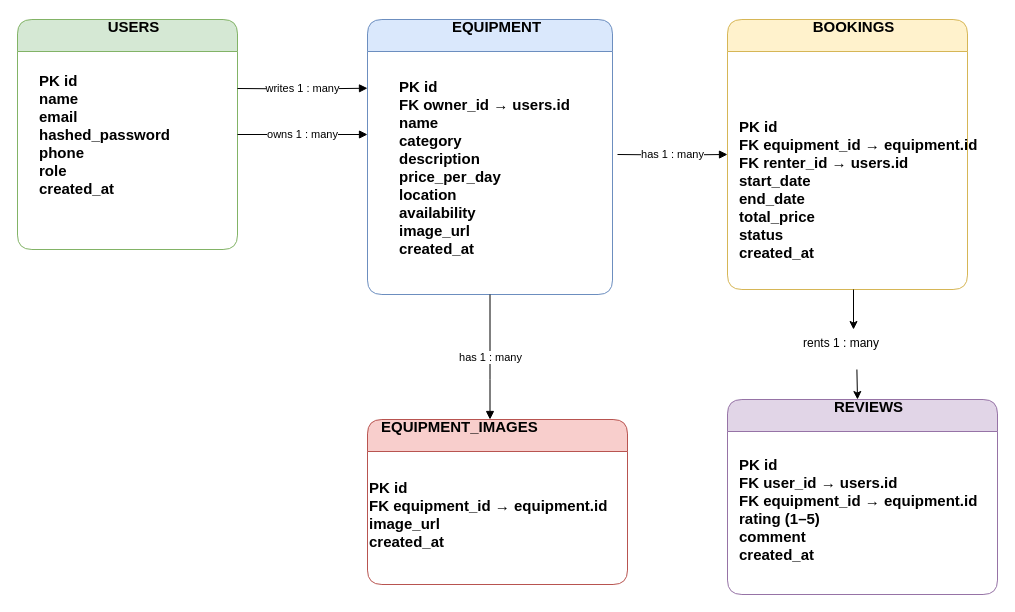
Before: docs/diagrams/ER_Diagram.drawio in harisshchathriya/agrirent-ai, a draw.io diagram. Source tidied: cells renumbered, new cells numbered last; positions are measured from the earlier drawing's top-left corner, leaving out a move shared by most shapes. Both pictures are drawn from the tidied source at 100%, with x=0, y=0 at pixel (17, 19).
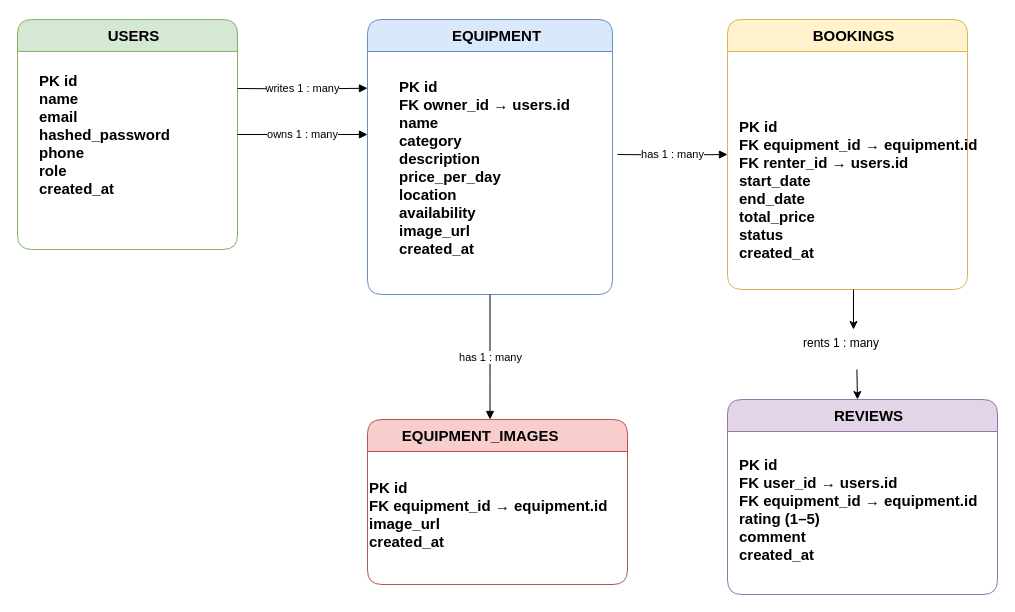
After the change.

Commit message:
Finalize AgriRent AI Review-I MVP

Diff of the diagram source:
```diff
@@
-    <mxCell id="2" value="&lt;b&gt;USERS&lt;/b&gt;&lt;br&gt;&lt;div&gt;&lt;br&gt;&lt;/div&gt;" style="swimlane;html=1;startSize=32;horizontal=1;rounded=1;fillColor=#d5e8d4;strokeColor=#82b366;fontSize=15;align=center;spacingLeft=12;" parent="1" vertex="1">
+    <mxCell id="2" value="&lt;b&gt;USERS&lt;/b&gt;" style="swimlane;html=1;startSize=32;horizontal=1;rounded=1;fillColor=#d5e8d4;strokeColor=#82b366;fontSize=15;align=center;spacingLeft=12;" parent="1" vertex="1">
       <mxGeometry width="220" height="230" as="geometry" />
     </mxCell>
@@
-    <mxCell id="4" value="&lt;b&gt;EQUIPMENT&lt;/b&gt;&lt;br&gt;&lt;div&gt;&lt;br&gt;&lt;/div&gt;" style="swimlane;html=1;startSize=32;horizontal=1;rounded=1;fillColor=#dae8fc;strokeColor=#6c8ebf;fontSize=15;align=center;spacingLeft=12;" parent="1" vertex="1">
+    <mxCell id="4" value="&lt;b&gt;EQUIPMENT&lt;/b&gt;" style="swimlane;html=1;startSize=32;horizontal=1;rounded=1;fillColor=#dae8fc;strokeColor=#6c8ebf;fontSize=15;align=center;spacingLeft=12;" parent="1" vertex="1">
       <mxGeometry x="350" width="245" height="275" as="geometry" />
     </mxCell>
@@
-    <mxCell id="6" value="&lt;b&gt;BOOKINGS&lt;/b&gt;&lt;br&gt;&lt;div&gt;&lt;br&gt;&lt;/div&gt;" style="swimlane;html=1;startSize=32;horizontal=1;rounded=1;fillColor=#fff2cc;strokeColor=#d6b656;fontSize=15;align=center;spacingLeft=12;" parent="1" vertex="1">
+    <mxCell id="6" value="&lt;b&gt;BOOKINGS&lt;/b&gt;" style="swimlane;html=1;startSize=32;horizontal=1;rounded=1;fillColor=#fff2cc;strokeColor=#d6b656;fontSize=15;align=center;spacingLeft=12;" parent="1" vertex="1">
       <mxGeometry x="710" width="240" height="270" as="geometry" />
     </mxCell>
@@
-    <mxCell id="8" value="&lt;div style=&quot;text-align: center;&quot;&gt;&lt;b style=&quot;background-color: transparent;&quot;&gt;EQUIPMENT_IMAGES&lt;/b&gt;&lt;/div&gt;&lt;div&gt;&lt;br/&gt;&lt;/div&gt;" style="swimlane;html=1;startSize=32;horizontal=1;rounded=1;fillColor=#f8cecc;strokeColor=#b85450;fontSize=15;align=left;spacingLeft=12;" parent="1" vertex="1">
+    <mxCell id="8" value="&lt;div style=&quot;text-align: center;&quot;&gt;&lt;b style=&quot;background-color: transparent;&quot;&gt;&amp;nbsp; &amp;nbsp; &amp;nbsp;EQUIPMENT_IMAGES&lt;/b&gt;&lt;/div&gt;" style="swimlane;html=1;startSize=32;horizontal=1;rounded=1;fillColor=#f8cecc;strokeColor=#b85450;fontSize=15;align=left;spacingLeft=12;" parent="1" vertex="1">
       <mxGeometry x="350" y="400" width="260" height="165" as="geometry" />
     </mxCell>
@@
-    <mxCell id="10" value="&lt;b&gt;REVIEWS&lt;/b&gt;&lt;div&gt;&lt;br/&gt;&lt;/div&gt;" style="swimlane;html=1;startSize=32;horizontal=1;rounded=1;fillColor=#e1d5e7;strokeColor=#9673a6;fontSize=15;align=center;spacingLeft=12;" parent="1" vertex="1">
+    <mxCell id="10" value="&lt;b&gt;REVIEWS&lt;/b&gt;" style="swimlane;html=1;startSize=32;horizontal=1;rounded=1;fillColor=#e1d5e7;strokeColor=#9673a6;fontSize=15;align=center;spacingLeft=12;" parent="1" vertex="1">
       <mxGeometry x="710" y="380" width="270" height="195" as="geometry" />
     </mxCell>
```
